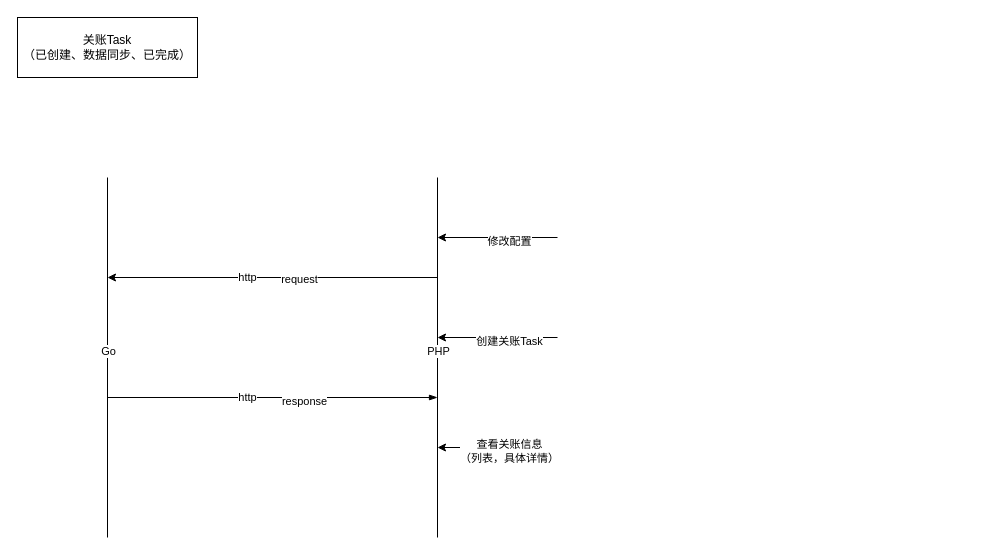
The draw.io diagram 箱信解耦/未命名绘图.drawio in gongyao1992/draw, before the edit. Source tidied: cells renumbered, new cells numbered last; positions are measured from the earlier drawing's top-left corner, leaving out a move shared by most shapes. Both pictures are drawn from the tidied source at 100%, with x=0, y=0 at pixel (17, 17).
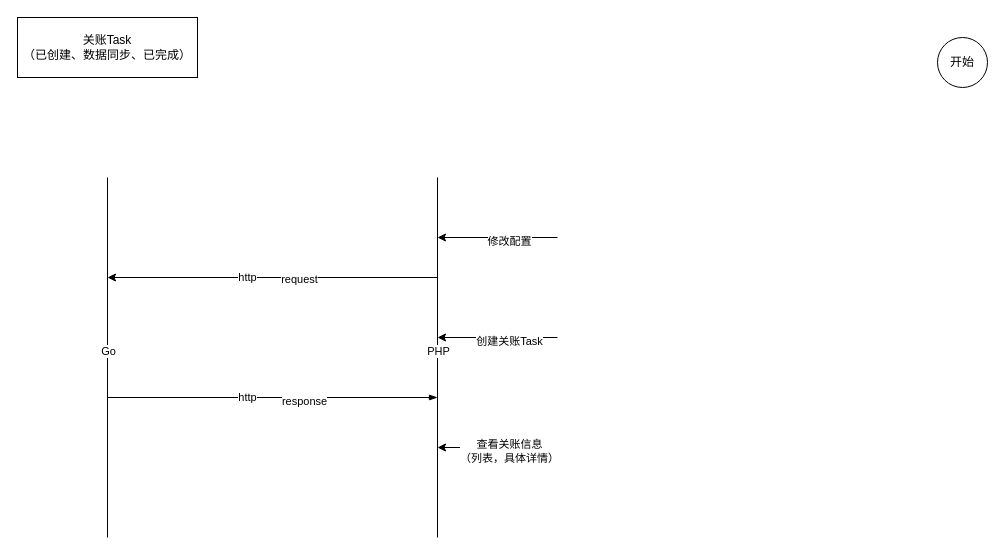
After the change.

Commit message (it also covers changes not shown here):
更新未命名绘图.drawio

Diff of the diagram source:
```diff
@@
+    <mxCell id="19" value="开始" style="ellipse;whiteSpace=wrap;html=1;" parent="1" vertex="1">
+      <mxGeometry x="920" y="20" width="50" height="50" as="geometry" />
+    </mxCell>
```
